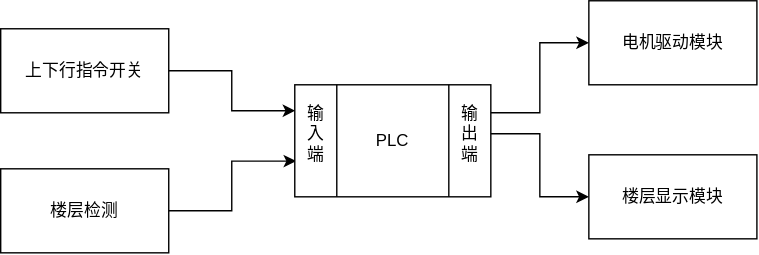
The draw.io diagram Draw.io/PLC控制的四层电梯硬件框图.svg in InoryLwc/ConfigRepo, before a commit. Source tidied: cells renumbered, new cells last; positions are measured from the earlier drawing's top-left corner, leaving out a move shared by most shapes.
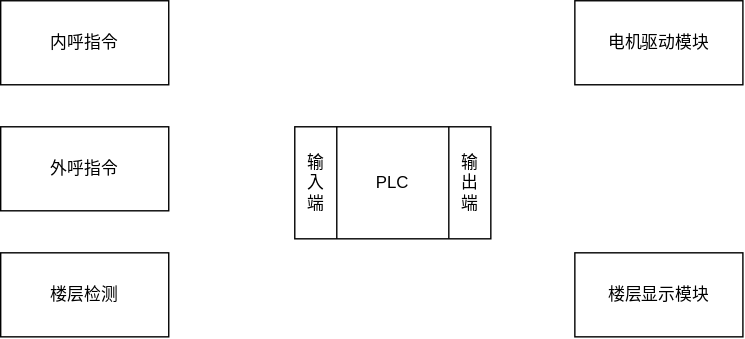
After the commit.

Commit message:
更新PLC控制的四层电梯硬件框图.svg

The edit, as a diff of the source:
```diff
@@ -3,45 +3,34 @@
     <mxCell id="0" />
     <mxCell id="1" parent="0" />
     <mxCell id="2" value="电机驱动模块" style="rounded=0;whiteSpace=wrap;html=1;" parent="1" vertex="1">
-      <mxGeometry x="420" width="120" height="60" as="geometry" />
+      <mxGeometry x="410" y="-30" width="120" height="60" as="geometry" />
     </mxCell>
-    <mxCell id="3" style="edgeStyle=orthogonalEdgeStyle;rounded=0;jettySize=auto;html=1;exitX=1;exitY=0.5;exitDx=0;exitDy=0;entryX=0.033;entryY=0.89;entryDx=0;entryDy=0;entryPerimeter=0;" parent="1" edge="1" source="4" target="9">
-      <mxGeometry relative="1" as="geometry" />
-    </mxCell>
     <mxCell id="4" value="楼层检测" style="rounded=0;whiteSpace=wrap;html=1;" parent="1" vertex="1">
-      <mxGeometry y="120" width="120" height="60" as="geometry" />
+      <mxGeometry y="150" width="120" height="60" as="geometry" />
     </mxCell>
-    <mxCell id="5" style="edgeStyle=orthogonalEdgeStyle;rounded=0;jettySize=auto;html=1;exitX=1;exitY=0.5;exitDx=0;exitDy=0;entryX=0.011;entryY=0.17;entryDx=0;entryDy=0;entryPerimeter=0;" parent="1" edge="1" source="6" target="9">
-      <mxGeometry relative="1" as="geometry" />
-    </mxCell>
-    <mxCell id="6" value="上下行指令开关" style="rounded=0;whiteSpace=wrap;html=1;" parent="1" vertex="1">
-      <mxGeometry y="20" width="120" height="60" as="geometry" />
+    <mxCell id="6" value="外呼指令" style="rounded=0;whiteSpace=wrap;html=1;" parent="1" vertex="1">
+      <mxGeometry y="60" width="120" height="60" as="geometry" />
     </mxCell>
+    <mxCell id="12" value="楼层显示模块" style="rounded=0;whiteSpace=wrap;html=1;" parent="1" vertex="1">
+      <mxGeometry x="410" y="150" width="120" height="60" as="geometry" />
+    </mxCell>
+    <mxCell id="14" value="内呼指令" style="rounded=0;whiteSpace=wrap;html=1;" parent="1" vertex="1">
+      <mxGeometry y="-30" width="120" height="60" as="geometry" />
+    </mxCell>
     <mxCell id="7" style="group;" parent="1" vertex="1">
       <mxGeometry x="210" y="60" width="140" height="80" as="geometry" />
     </mxCell>
+    <mxCell id="15" style="group;" parent="7" vertex="1">
+      <mxGeometry width="140" height="80" as="geometry" />
+    </mxCell>
-    <mxCell id="8" value="PLC" style="shape=process;whiteSpace=wrap;html=1;backgroundOutline=1;size=0.21428571428571427;" parent="7" vertex="1">
+    <mxCell id="8" value="PLC" style="shape=process;whiteSpace=wrap;html=1;backgroundOutline=1;size=0.21428571428571427;" parent="15" vertex="1">
       <mxGeometry width="140" height="80" as="geometry" />
     </mxCell>
-    <mxCell id="9" value="输&lt;br&gt;入&lt;br&gt;端" style="text;html=1;align=center;verticalAlign=middle;points=[];strokeColor=none;fillColor=none;" parent="7" vertex="1">
-      <mxGeometry y="10" width="30" height="50" as="geometry" />
+    <mxCell id="9" value="输&lt;br&gt;入&lt;br&gt;端" style="text;html=1;align=center;verticalAlign=middle;points=[];strokeColor=none;fillColor=none;" parent="15" vertex="1">
+      <mxGeometry y="15" width="30" height="50" as="geometry" />
     </mxCell>
-    <mxCell id="10" value="输&lt;br&gt;出&lt;br&gt;端" style="text;html=1;align=center;verticalAlign=middle;points=[];strokeColor=none;fillColor=none;" parent="7" vertex="1">
-      <mxGeometry x="110" y="10" width="30" height="50" as="geometry" />
+    <mxCell id="10" value="输&lt;br&gt;出&lt;br&gt;端" style="text;html=1;align=center;verticalAlign=middle;points=[];strokeColor=none;fillColor=none;" parent="15" vertex="1">
+      <mxGeometry x="110" y="15" width="30" height="50" as="geometry" />
     </mxCell>
-    <mxCell id="11" style="edgeStyle=orthogonalEdgeStyle;rounded=0;jettySize=auto;html=1;entryX=0;entryY=0.5;entryDx=0;entryDy=0;" parent="1" edge="1" source="8" target="2">
-      <mxGeometry relative="1" as="geometry">
-        <Array as="points">
-          <mxPoint x="385" y="80" />
-          <mxPoint x="385" y="30" />
-        </Array>
-      </mxGeometry>
-    </mxCell>
-    <mxCell id="12" value="楼层显示模块" style="rounded=0;whiteSpace=wrap;html=1;" parent="1" vertex="1">
-      <mxGeometry x="420" y="110" width="120" height="60" as="geometry" />
-    </mxCell>
-    <mxCell id="13" style="edgeStyle=orthogonalEdgeStyle;rounded=0;jettySize=auto;html=1;entryX=0;entryY=0.5;entryDx=0;entryDy=0;" parent="1" edge="1" source="10" target="12">
-      <mxGeometry relative="1" as="geometry" />
-    </mxCell>
   </root>
 </mxGraphModel>
```
